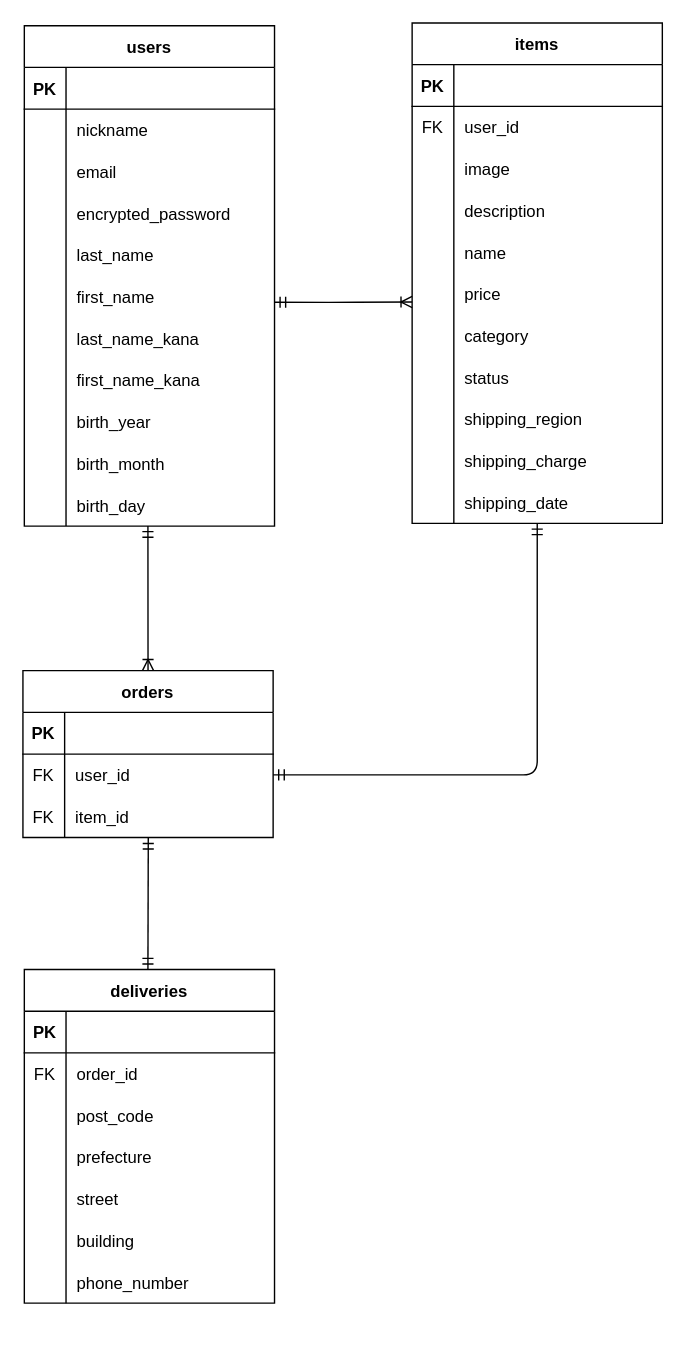
The draw.io diagram app/controllers/er.dio in yuto1017/furima-40428, before the edit. Source tidied: cells renumbered, new cells numbered last; positions are measured from the earlier drawing's top-left corner, leaving out a move shared by most shapes. Both pictures are drawn from the tidied source at 139%, with x=0, y=0 at pixel (22, 22).
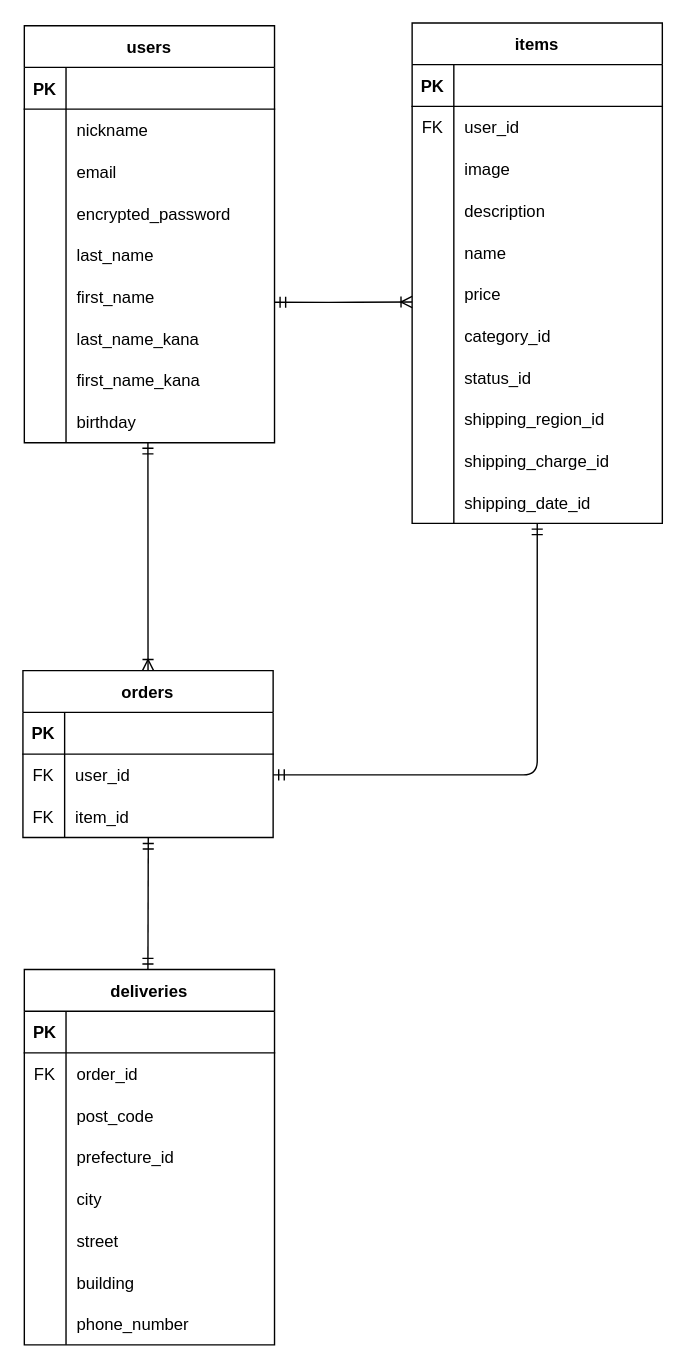
The same page after the edit.

Commit message (it also covers changes not shown here):
ER図とDB設計の記述修正#2

The change refers to these unchanged cells:
```xml
<mxCell id="56" style="shape=tableRow;horizontal=0;startSize=0;swimlaneHead=0;swimlaneBody=0;fillColor=none;top=0;left=0;right=0;bottom=0;" parent="46" vertex="1">
  <mxGeometry y="120" width="180" height="30" as="geometry" />
</mxCell>
<mxCell id="87" style="shape=tableRow;horizontal=0;startSize=0;swimlaneHead=0;swimlaneBody=0;fillColor=none;top=0;left=0;right=0;bottom=0;" parent="68" vertex="1">
  <mxGeometry y="210" width="180" height="30" as="geometry" />
</mxCell>
<mxCell id="90" style="shape=tableRow;horizontal=0;startSize=0;swimlaneHead=0;swimlaneBody=0;fillColor=none;top=0;left=0;right=0;bottom=0;" parent="68" vertex="1">
  <mxGeometry y="240" width="180" height="30" as="geometry" />
</mxCell>
<mxCell id="93" style="shape=tableRow;horizontal=0;startSize=0;swimlaneHead=0;swimlaneBody=0;fillColor=none;top=0;left=0;right=0;bottom=0;" parent="68" vertex="1">
  <mxGeometry y="270" width="180" height="30" as="geometry" />
</mxCell>
<mxCell id="96" style="shape=tableRow;horizontal=0;startSize=0;swimlaneHead=0;swimlaneBody=0;fillColor=none;top=0;left=0;right=0;bottom=0;" parent="68" vertex="1">
  <mxGeometry y="300" width="180" height="30" as="geometry" />
</mxCell>
<mxCell id="99" style="shape=tableRow;horizontal=0;startSize=0;swimlaneHead=0;swimlaneBody=0;fillColor=none;points=[[0,0.5],[1,0.5]];portConstraint=eastwest;top=0;left=0;right=0;bottom=0;" parent="68" vertex="1">
  <mxGeometry y="330" width="180" height="30" as="geometry" />
</mxCell>
```

The edit, as a diff of the source:
```diff
@@
     <mxCell id="2" value="users" style="shape=table;startSize=30;childLayout=tableLayout;rowLines=0;fontStyle=1;align=center;" parent="1" vertex="1">
-      <mxGeometry x="1" y="2" width="180" height="360" as="geometry" />
+      <mxGeometry x="1" y="2" width="180" height="300" as="geometry" />
     </mxCell>
@@
-    <mxCell id="27" style="shape=tableRow;horizontal=0;startSize=0;swimlaneHead=0;swimlaneBody=0;fillColor=none;top=0;left=0;right=0;bottom=0;" parent="2" vertex="1">
-      <mxGeometry y="270" width="180" height="30" as="geometry" />
-    </mxCell>
-    <mxCell id="28" style="shape=partialRectangle;fillColor=none;top=0;left=0;bottom=0;right=0;overflow=hidden;" parent="27" vertex="1">
-      <mxGeometry width="30" height="30" as="geometry" />
-    </mxCell>
-    <mxCell id="29" value="birth_year" style="shape=partialRectangle;fillColor=none;top=0;left=0;bottom=0;right=0;align=left;spacingLeft=6;overflow=hidden;" parent="27" vertex="1">
-      <mxGeometry x="30" width="150" height="30" as="geometry" />
-    </mxCell>
-    <mxCell id="30" style="shape=tableRow;horizontal=0;startSize=0;swimlaneHead=0;swimlaneBody=0;fillColor=none;top=0;left=0;right=0;bottom=0;" parent="2" vertex="1">
-      <mxGeometry y="300" width="180" height="30" as="geometry" />
-    </mxCell>
-    <mxCell id="31" style="shape=partialRectangle;fillColor=none;top=0;left=0;bottom=0;right=0;overflow=hidden;" parent="30" vertex="1">
-      <mxGeometry width="30" height="30" as="geometry" />
-    </mxCell>
-    <mxCell id="32" value="birth_month" style="shape=partialRectangle;fillColor=none;top=0;left=0;bottom=0;right=0;align=left;spacingLeft=6;overflow=hidden;" parent="30" vertex="1">
-      <mxGeometry x="30" width="150" height="30" as="geometry" />
-    </mxCell>
     <mxCell id="33" style="shape=tableRow;horizontal=0;startSize=0;swimlaneHead=0;swimlaneBody=0;fillColor=none;points=[[0,0.5],[1,0.5]];portConstraint=eastwest;top=0;left=0;right=0;bottom=0;" parent="2" vertex="1">
-      <mxGeometry y="330" width="180" height="30" as="geometry" />
+      <mxGeometry y="270" width="180" height="30" as="geometry" />
     </mxCell>
@@
-    <mxCell id="35" value="birth_day" style="shape=partialRectangle;fillColor=none;top=0;left=0;bottom=0;right=0;align=left;spacingLeft=6;overflow=hidden;" parent="33" vertex="1">
+    <mxCell id="35" value="birthday" style="shape=partialRectangle;fillColor=none;top=0;left=0;bottom=0;right=0;align=left;spacingLeft=6;overflow=hidden;" parent="33" vertex="1">
       <mxGeometry x="30" width="150" height="30" as="geometry" />
     </mxCell>
@@
     <mxCell id="46" value="deliveries" style="shape=table;startSize=30;childLayout=tableLayout;rowLines=0;fontStyle=1;align=center;" parent="1" vertex="1">
-      <mxGeometry x="1" y="681" width="180" height="240" as="geometry" />
+      <mxGeometry x="1" y="681" width="180" height="270" as="geometry" />
     </mxCell>
@@
-    <mxCell id="58" value="prefecture" style="shape=partialRectangle;fillColor=none;top=0;left=0;bottom=0;right=0;align=left;spacingLeft=6;overflow=hidden;" parent="56" vertex="1">
+    <mxCell id="58" value="prefecture_id" style="shape=partialRectangle;fillColor=none;top=0;left=0;bottom=0;right=0;align=left;spacingLeft=6;overflow=hidden;" parent="56" vertex="1">
       <mxGeometry x="30" width="150" height="30" as="geometry" />
     </mxCell>
+    <mxCell id="106" style="shape=tableRow;horizontal=0;startSize=0;swimlaneHead=0;swimlaneBody=0;fillColor=none;top=0;left=0;right=0;bottom=0;" parent="46" vertex="1">
+      <mxGeometry y="150" width="180" height="30" as="geometry" />
+    </mxCell>
+    <mxCell id="107" style="shape=partialRectangle;fillColor=none;top=0;left=0;bottom=0;right=0;overflow=hidden;" parent="106" vertex="1">
+      <mxGeometry width="30" height="30" as="geometry" />
+    </mxCell>
+    <mxCell id="108" value="city" style="shape=partialRectangle;fillColor=none;top=0;left=0;bottom=0;right=0;align=left;spacingLeft=6;overflow=hidden;" parent="106" vertex="1">
+      <mxGeometry x="30" width="150" height="30" as="geometry" />
+    </mxCell>
     <mxCell id="59" style="shape=tableRow;horizontal=0;startSize=0;swimlaneHead=0;swimlaneBody=0;fillColor=none;top=0;left=0;right=0;bottom=0;" parent="46" vertex="1">
-      <mxGeometry y="150" width="180" height="30" as="geometry" />
+      <mxGeometry y="180" width="180" height="30" as="geometry" />
     </mxCell>
@@
     <mxCell id="62" style="shape=tableRow;horizontal=0;startSize=0;swimlaneHead=0;swimlaneBody=0;fillColor=none;top=0;left=0;right=0;bottom=0;" parent="46" vertex="1">
-      <mxGeometry y="180" width="180" height="30" as="geometry" />
+      <mxGeometry y="210" width="180" height="30" as="geometry" />
     </mxCell>
@@
     <mxCell id="65" style="shape=tableRow;horizontal=0;startSize=0;swimlaneHead=0;swimlaneBody=0;fillColor=none;top=0;left=0;right=0;bottom=0;" parent="46" vertex="1">
-      <mxGeometry y="210" width="180" height="30" as="geometry" />
+      <mxGeometry y="240" width="180" height="30" as="geometry" />
     </mxCell>
@@
-    <mxCell id="89" value="category" style="shape=partialRectangle;fillColor=none;top=0;left=0;bottom=0;right=0;align=left;spacingLeft=6;overflow=hidden;" parent="87" vertex="1">
+    <mxCell id="89" value="category_id" style="shape=partialRectangle;fillColor=none;top=0;left=0;bottom=0;right=0;align=left;spacingLeft=6;overflow=hidden;" parent="87" vertex="1">
       <mxGeometry x="30" width="150" height="30" as="geometry" />
     </mxCell>
@@
-    <mxCell id="92" value="status" style="shape=partialRectangle;fillColor=none;top=0;left=0;bottom=0;right=0;align=left;spacingLeft=6;overflow=hidden;" parent="90" vertex="1">
+    <mxCell id="92" value="status_id" style="shape=partialRectangle;fillColor=none;top=0;left=0;bottom=0;right=0;align=left;spacingLeft=6;overflow=hidden;" parent="90" vertex="1">
       <mxGeometry x="30" width="150" height="30" as="geometry" />
     </mxCell>
@@
-    <mxCell id="95" value="shipping_region" style="shape=partialRectangle;fillColor=none;top=0;left=0;bottom=0;right=0;align=left;spacingLeft=6;overflow=hidden;" parent="93" vertex="1">
+    <mxCell id="95" value="shipping_region_id" style="shape=partialRectangle;fillColor=none;top=0;left=0;bottom=0;right=0;align=left;spacingLeft=6;overflow=hidden;" parent="93" vertex="1">
       <mxGeometry x="30" width="150" height="30" as="geometry" />
     </mxCell>
@@
-    <mxCell id="98" value="shipping_charge" style="shape=partialRectangle;fillColor=none;top=0;left=0;bottom=0;right=0;align=left;spacingLeft=6;overflow=hidden;" parent="96" vertex="1">
+    <mxCell id="98" value="shipping_charge_id" style="shape=partialRectangle;fillColor=none;top=0;left=0;bottom=0;right=0;align=left;spacingLeft=6;overflow=hidden;" parent="96" vertex="1">
       <mxGeometry x="30" width="150" height="30" as="geometry" />
     </mxCell>
@@
-    <mxCell id="101" value="shipping_date" style="shape=partialRectangle;fillColor=none;top=0;left=0;bottom=0;right=0;align=left;spacingLeft=6;overflow=hidden;" parent="99" vertex="1">
+    <mxCell id="101" value="shipping_date_id" style="shape=partialRectangle;fillColor=none;top=0;left=0;bottom=0;right=0;align=left;spacingLeft=6;overflow=hidden;" parent="99" vertex="1">
       <mxGeometry x="30" width="150" height="30" as="geometry" />
     </mxCell>
```
